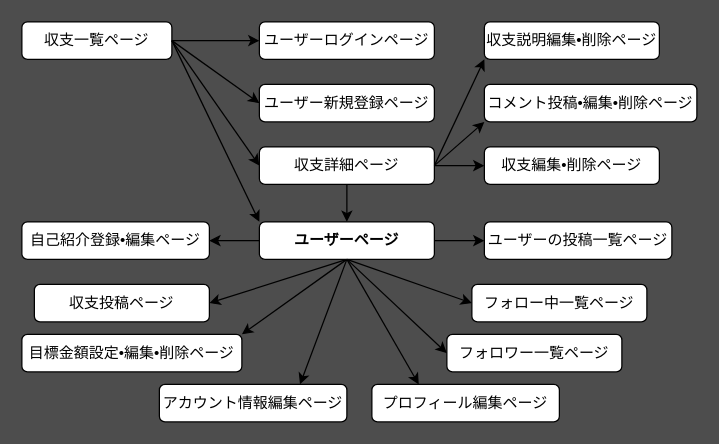
Before: transition.dio in Jun-130/piling-up, a draw.io diagram. Source tidied: cells renumbered, new cells numbered last; positions are measured from the earlier drawing's top-left corner, leaving out a move shared by most shapes. Both pictures are drawn from the tidied source at 125%, with x=0, y=0 at pixel (21, 21).
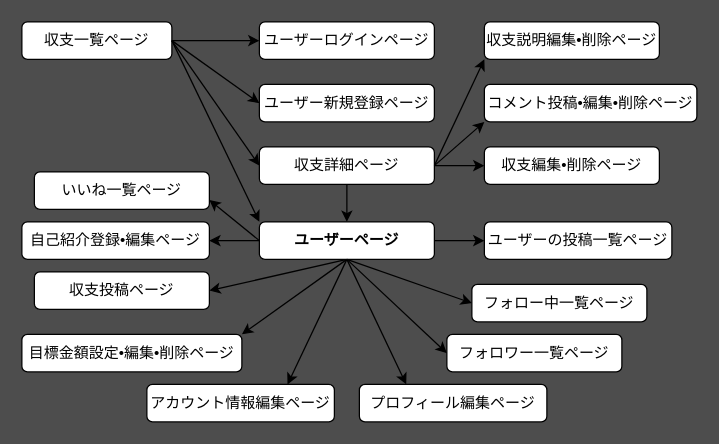
The same page after the edit.

The change refers to these unchanged cells:
```xml
<mxCell id="7" value="ユーザーページ" style="rounded=1;whiteSpace=wrap;html=1;fontStyle=1;" parent="1" vertex="1">
  <mxGeometry x="190" y="160" width="140" height="30" as="geometry" />
</mxCell>
```

Change to the diagram source:
```diff
@@
     <mxCell id="9" value="収支投稿ページ" style="rounded=1;whiteSpace=wrap;html=1;" parent="1" vertex="1">
-      <mxGeometry x="10" y="210" width="140" height="30" as="geometry" />
+      <mxGeometry x="10" y="200" width="140" height="30" as="geometry" />
     </mxCell>
@@
     <mxCell id="11" value="アカウント情報編集ページ" style="rounded=1;whiteSpace=wrap;html=1;" parent="1" vertex="1">
-      <mxGeometry x="110" y="290" width="150" height="30" as="geometry" />
+      <mxGeometry x="100" y="290" width="150" height="30" as="geometry" />
     </mxCell>
@@
     <mxCell id="26" value="プロフィール編集ページ" style="rounded=1;whiteSpace=wrap;html=1;" parent="1" vertex="1">
-      <mxGeometry x="280" y="290" width="150" height="30" as="geometry" />
+      <mxGeometry x="270" y="290" width="150" height="30" as="geometry" />
     </mxCell>
@@
+    <mxCell id="35" value="いいね一覧ページ" style="rounded=1;whiteSpace=wrap;html=1;" parent="1" vertex="1">
+      <mxGeometry x="10" y="120" width="140" height="30" as="geometry" />
+    </mxCell>
+    <mxCell id="36" style="endArrow=classic;html=1;entryX=1;entryY=0.75;entryDx=0;entryDy=0;exitX=0;exitY=0.5;exitDx=0;exitDy=0;" parent="1" edge="1" source="7" target="35">
+      <mxGeometry relative="1" as="geometry" />
+    </mxCell>
```
